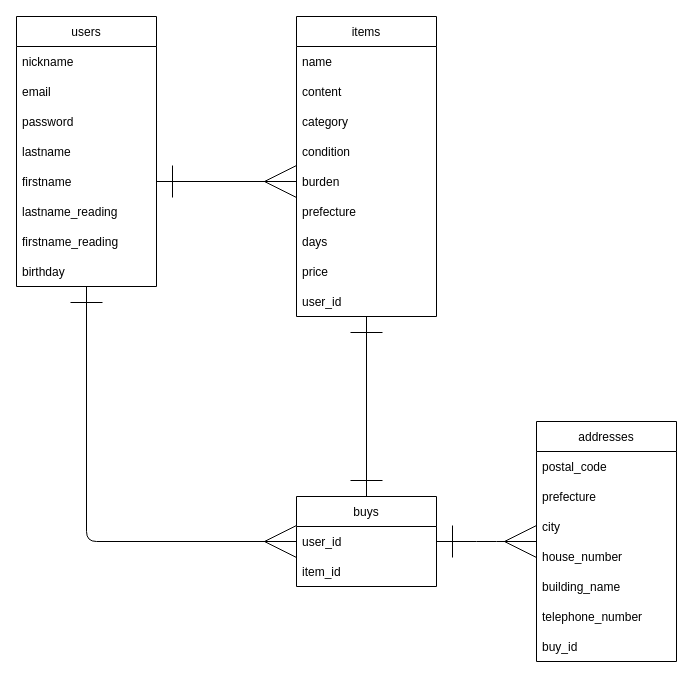
The draw.io diagram ER.dio in shinjimjim/furima-37570, before the edit. Source tidied: cells renumbered, new cells numbered last; positions are measured from the earlier drawing's top-left corner, leaving out a move shared by most shapes. Both pictures are drawn from the tidied source at 100%, with x=0, y=0 at pixel (16, 16).
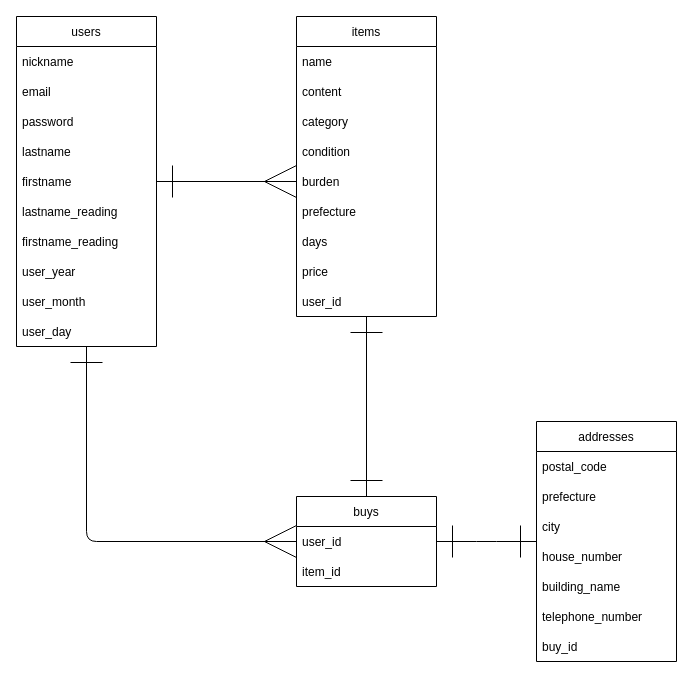
Above is the later version.

Commit message (it also covers changes not shown here):
ER図とREADMEの記述(修正)

The change refers to these unchanged cells:
```xml
<mxCell id="24" value="buys" style="swimlane;fontStyle=0;horizontal=1;startSize=30;" parent="1" vertex="1">
  <mxGeometry x="280" y="480" width="140" height="90" as="geometry" />
</mxCell>
```

The edit, as a diff of the source:
```diff
@@
     <mxCell id="3" value="users" style="swimlane;fontStyle=0;horizontal=1;startSize=30;" parent="1" vertex="1">
-      <mxGeometry width="140" height="270" as="geometry" />
+      <mxGeometry width="140" height="330" as="geometry" />
     </mxCell>
@@
-    <mxCell id="11" value="birthday" style="text;strokeColor=none;fillColor=none;align=left;verticalAlign=middle;spacingLeft=4;spacingRight=4;overflow=hidden;" parent="3" vertex="1">
+    <mxCell id="11" value="user_year" style="text;strokeColor=none;fillColor=none;align=left;verticalAlign=middle;spacingLeft=4;spacingRight=4;overflow=hidden;" parent="3" vertex="1">
       <mxGeometry y="240" width="140" height="30" as="geometry" />
     </mxCell>
+    <mxCell id="36" value="user_month" style="text;strokeColor=none;fillColor=none;align=left;verticalAlign=middle;spacingLeft=4;spacingRight=4;overflow=hidden;" parent="3" vertex="1">
+      <mxGeometry y="270" width="140" height="30" as="geometry" />
+    </mxCell>
+    <mxCell id="37" value="user_day" style="text;strokeColor=none;fillColor=none;align=left;verticalAlign=middle;spacingLeft=4;spacingRight=4;overflow=hidden;" parent="3" vertex="1">
+      <mxGeometry y="300" width="140" height="30" as="geometry" />
+    </mxCell>
@@
-    <mxCell id="23" style="edgeStyle=orthogonalEdgeStyle;jumpSize=10;html=1;startArrow=ERone;startFill=0;endArrow=ERmany;endFill=0;startSize=30;endSize=30;" parent="1" edge="1" source="24">
+    <mxCell id="23" style="edgeStyle=orthogonalEdgeStyle;jumpSize=10;html=1;startArrow=ERone;startFill=0;endArrow=ERone;endFill=0;startSize=30;endSize=30;" parent="1" edge="1" source="24">
       <mxGeometry relative="1" as="geometry">
         <mxPoint x="520" y="525" as="targetPoint" />
       </mxGeometry>
     </mxCell>
```
